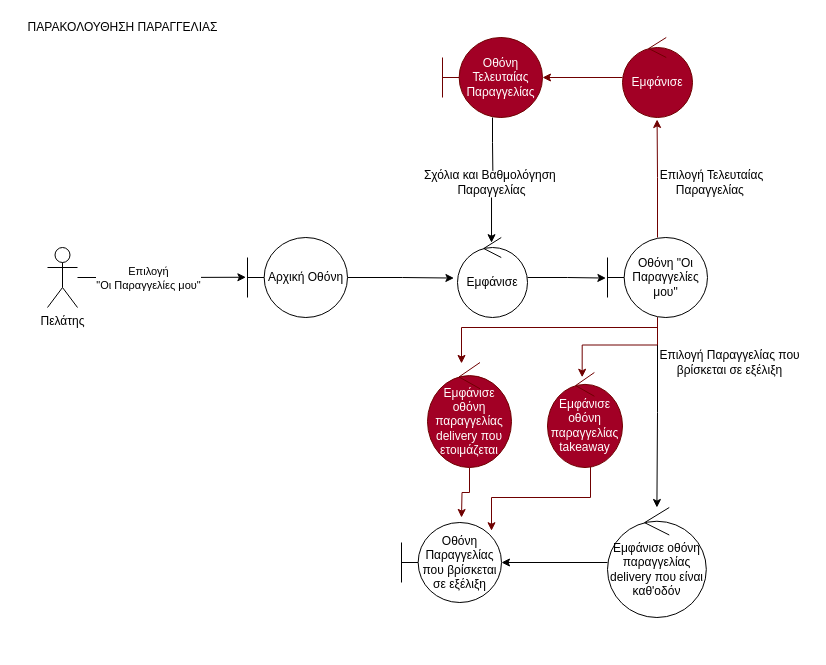
The draw.io diagram docs/contributions/AthanasiaZ/Writing-Charts/Phase3/Robustness Diagrams/Παρακολούθηση Αποστολής.drawio in iloudaros/nomnomr, before the edit. Source tidied: cells renumbered, new cells numbered last; positions are measured from the earlier drawing's top-left corner, leaving out a move shared by most shapes. Both pictures are drawn from the tidied source at 100%, with x=0, y=0 at pixel (17, 17).
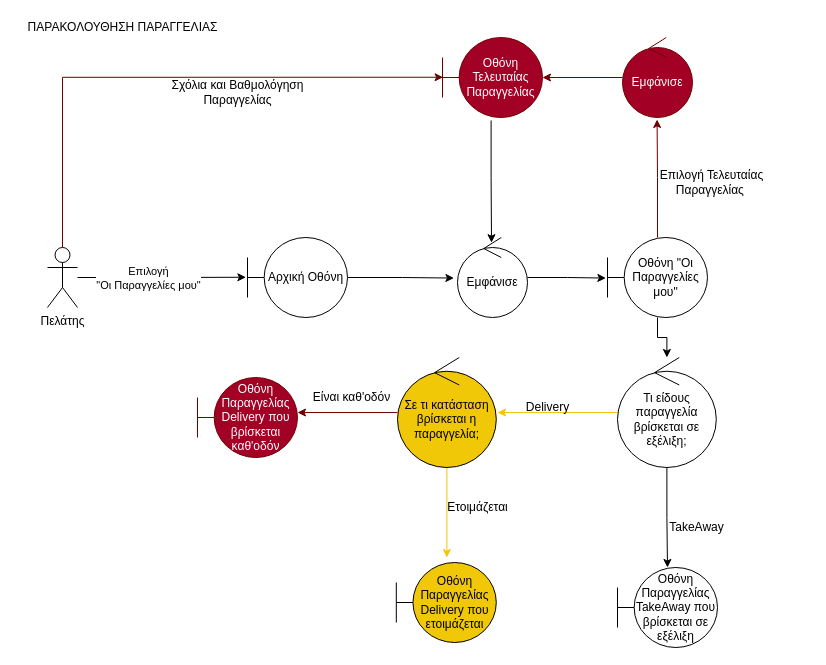
After the change.

The change refers to these unchanged cells:
```xml
<mxCell id="4" value="Πελάτης" style="shape=umlActor;verticalLabelPosition=bottom;verticalAlign=top;html=1;" parent="1" vertex="1">
  <mxGeometry x="30" y="230" width="30" height="60" as="geometry" />
</mxCell>
<mxCell id="8" value="Εμφάνισε" style="ellipse;shape=umlControl;whiteSpace=wrap;html=1;" parent="1" vertex="1">
  <mxGeometry x="440" y="220" width="70" height="80" as="geometry" />
</mxCell>
<mxCell id="13" value="Οθόνη &quot;Οι Παραγγελίες μου&quot;" style="shape=umlBoundary;whiteSpace=wrap;html=1;" parent="1" vertex="1">
  <mxGeometry x="590" y="220" width="100" height="80" as="geometry" />
</mxCell>
<mxCell id="19" value="Εμφάνισε" style="ellipse;shape=umlControl;whiteSpace=wrap;html=1;fillColor=#a20025;fontColor=#ffffff;strokeColor=#6F0000;" parent="1" vertex="1">
  <mxGeometry x="605" y="20" width="70" height="80" as="geometry" />
</mxCell>
<mxCell id="22" value="Οθόνη Τελευταίας Παραγγελίας" style="shape=umlBoundary;whiteSpace=wrap;html=1;fillColor=#a20025;fontColor=#ffffff;strokeColor=#6F0000;" parent="1" vertex="1">
  <mxGeometry x="425" y="20" width="100" height="80" as="geometry" />
</mxCell>
```

Change to the diagram source:
```diff
@@
+    <mxCell id="30" style="edgeStyle=orthogonalEdgeStyle;rounded=0;jettySize=auto;html=1;entryX=0.006;entryY=0.497;entryDx=0;entryDy=0;entryPerimeter=0;fontColor=#000000;endArrow=classic;endFill=1;strokeColor=#6F0000;fillColor=#a20025;exitX=0.5;exitY=0;exitDx=0;exitDy=0;exitPerimeter=0;" parent="1" edge="1" source="4" target="22">
+      <mxGeometry relative="1" as="geometry">
+        <Array as="points">
+          <mxPoint x="45" y="60" />
+        </Array>
+      </mxGeometry>
+    </mxCell>
@@
+    <mxCell id="10" style="edgeStyle=orthogonalEdgeStyle;rounded=0;jettySize=auto;html=1;entryX=0.494;entryY=1.025;entryDx=0;entryDy=0;entryPerimeter=0;fillColor=#a20025;strokeColor=#6F0000;" parent="1" edge="1" source="13" target="19">
+      <mxGeometry relative="1" as="geometry" />
+    </mxCell>
-    <mxCell id="9" style="edgeStyle=orthogonalEdgeStyle;rounded=0;jettySize=auto;html=1;" parent="1" edge="1" source="13" target="15">
+    <mxCell id="9" style="edgeStyle=orthogonalEdgeStyle;rounded=0;jettySize=auto;html=1;fontColor=#000000;endArrow=classic;endFill=1;" parent="1" edge="1" source="13" target="15">
       <mxGeometry relative="1" as="geometry" />
     </mxCell>
-    <mxCell id="10" style="edgeStyle=orthogonalEdgeStyle;rounded=0;jettySize=auto;html=1;entryX=0.494;entryY=1.025;entryDx=0;entryDy=0;entryPerimeter=0;fillColor=#a20025;strokeColor=#6F0000;" parent="1" edge="1" source="13" target="19">
-      <mxGeometry relative="1" as="geometry" />
-    </mxCell>
-    <mxCell id="11" style="edgeStyle=orthogonalEdgeStyle;rounded=0;jettySize=auto;html=1;entryX=0.462;entryY=0.05;entryDx=0;entryDy=0;entryPerimeter=0;fillColor=#a20025;strokeColor=#6F0000;" parent="1" edge="1" source="13" target="26">
-      <mxGeometry relative="1" as="geometry" />
-    </mxCell>
-    <mxCell id="12" style="edgeStyle=orthogonalEdgeStyle;rounded=0;jettySize=auto;html=1;fillColor=#a20025;strokeColor=#6F0000;" parent="1" edge="1" source="13" target="28">
-      <mxGeometry relative="1" as="geometry">
-        <Array as="points">
-          <mxPoint x="640" y="310" />
-          <mxPoint x="444" y="310" />
-        </Array>
-      </mxGeometry>
-    </mxCell>
@@
+    <mxCell id="31" style="edgeStyle=orthogonalEdgeStyle;rounded=0;jettySize=auto;html=1;fontColor=#000000;endArrow=classic;endFill=1;fillColor=#a20025;strokeColor=#F0C808;" parent="1" edge="1" source="15">
+      <mxGeometry relative="1" as="geometry">
+        <mxPoint x="480" y="395" as="targetPoint" />
+      </mxGeometry>
+    </mxCell>
-    <mxCell id="15" value="Εμφάνισε οθόνη παραγγελίας delivery που είναι καθ'οδόν" style="ellipse;shape=umlControl;whiteSpace=wrap;html=1;" parent="1" vertex="1">
-      <mxGeometry x="590" y="490" width="98.8" height="110" as="geometry" />
+    <mxCell id="15" value="Τι είδους παραγγελία βρίσκεται σε εξέλιξη;" style="ellipse;shape=umlControl;whiteSpace=wrap;html=1;" parent="1" vertex="1">
+      <mxGeometry x="600" y="340" width="98.8" height="110" as="geometry" />
     </mxCell>
-    <mxCell id="16" value="Επιλογή Παραγγελίας που &lt;br&gt;βρίσκεται σε εξέλιξη" style="text;html=1;align=center;verticalAlign=middle;strokeColor=none;fillColor=none;" parent="1" vertex="1">
-      <mxGeometry x="632" y="330" width="160" height="30" as="geometry" />
-    </mxCell>
-    <mxCell id="17" value="Οθόνη Παραγγελίας που βρίσκεται σε εξέλιξη" style="shape=umlBoundary;whiteSpace=wrap;html=1;" parent="1" vertex="1">
-      <mxGeometry x="384" y="505" width="100" height="80" as="geometry" />
+    <mxCell id="17" value="Οθόνη Παραγγελίας&lt;br&gt;TakeAway που βρίσκεται σε εξέλιξη" style="shape=umlBoundary;whiteSpace=wrap;html=1;" parent="1" vertex="1">
+      <mxGeometry x="600" y="550" width="100" height="80" as="geometry" />
     </mxCell>
@@
-    <mxCell id="21" style="edgeStyle=orthogonalEdgeStyle;rounded=0;jettySize=auto;html=1;entryX=0.486;entryY=0.065;entryDx=0;entryDy=0;entryPerimeter=0;startArrow=none;" parent="1" edge="1" source="23" target="8">
+    <mxCell id="21" style="edgeStyle=orthogonalEdgeStyle;rounded=0;jettySize=auto;html=1;entryX=0.486;entryY=0.065;entryDx=0;entryDy=0;entryPerimeter=0;startArrow=none;exitX=0.486;exitY=1.037;exitDx=0;exitDy=0;exitPerimeter=0;" parent="1" edge="1" source="22" target="8">
       <mxGeometry relative="1" as="geometry" />
     </mxCell>
@@
+    <mxCell id="29" value="ΠΑΡΑΚΟΛΟΥΘΗΣΗ ΠΑΡΑΓΓΕΛΙΑΣ" style="text;html=1;align=center;verticalAlign=middle;strokeColor=none;fillColor=none;" parent="1" vertex="1">
+      <mxGeometry width="210" height="20" as="geometry" />
+    </mxCell>
-    <mxCell id="23" value="Σχόλια και Βαθμολόγηση&amp;nbsp;&lt;br&gt;Παραγγελίας" style="text;html=1;align=center;verticalAlign=middle;points=[];strokeColor=none;fillColor=none;" parent="1" vertex="1">
-      <mxGeometry x="399" y="150" width="150" height="30" as="geometry" />
+    <mxCell id="23" value="Σχόλια και Βαθμολόγηση&lt;br&gt;Παραγγελίας" style="text;html=1;align=center;verticalAlign=middle;points=[];strokeColor=none;fillColor=none;fontColor=#000000;" parent="1" vertex="1">
+      <mxGeometry x="145" y="60" width="150" height="30" as="geometry" />
     </mxCell>
-    <mxCell id="24" style="edgeStyle=orthogonalEdgeStyle;rounded=0;jettySize=auto;html=1;entryX=0.509;entryY=0.115;entryDx=0;entryDy=0;entryPerimeter=0;endArrow=none;" parent="1" edge="1" source="22" target="23">
-      <mxGeometry relative="1" as="geometry" />
-    </mxCell>
-    <mxCell id="25" style="edgeStyle=orthogonalEdgeStyle;rounded=0;jettySize=auto;html=1;entryX=0.9;entryY=0.103;entryDx=0;entryDy=0;entryPerimeter=0;fillColor=#a20025;strokeColor=#6F0000;" parent="1" edge="1" source="26" target="17">
-      <mxGeometry relative="1" as="geometry">
-        <Array as="points">
-          <mxPoint x="573" y="480" />
-          <mxPoint x="474" y="480" />
-        </Array>
-      </mxGeometry>
-    </mxCell>
-    <mxCell id="26" value="Εμφάνισε οθόνη παραγγελίας takeaway" style="ellipse;shape=umlControl;whiteSpace=wrap;html=1;fillColor=#a20025;fontColor=#ffffff;strokeColor=#6F0000;" parent="1" vertex="1">
-      <mxGeometry x="530" y="355" width="75" height="95" as="geometry" />
-    </mxCell>
-    <mxCell id="27" style="edgeStyle=orthogonalEdgeStyle;rounded=0;jettySize=auto;html=1;fillColor=#a20025;strokeColor=#6F0000;" parent="1" edge="1" source="28">
-      <mxGeometry relative="1" as="geometry">
-        <mxPoint x="444" y="500" as="targetPoint" />
-      </mxGeometry>
-    </mxCell>
-    <mxCell id="28" value="Εμφάνισε οθόνη παραγγελίας delivery που ετοιμάζεται" style="ellipse;shape=umlControl;whiteSpace=wrap;html=1;fillColor=#a20025;fontColor=#ffffff;strokeColor=#6F0000;" parent="1" vertex="1">
-      <mxGeometry x="410" y="345" width="84" height="105" as="geometry" />
-    </mxCell>
-    <mxCell id="29" value="ΠΑΡΑΚΟΛΟΥΘΗΣΗ ΠΑΡΑΓΓΕΛΙΑΣ" style="text;html=1;align=center;verticalAlign=middle;strokeColor=none;fillColor=none;" parent="1" vertex="1">
-      <mxGeometry width="210" height="20" as="geometry" />
-    </mxCell>
+    <mxCell id="32" value="TakeAway" style="text;html=1;align=center;verticalAlign=middle;strokeColor=none;fillColor=none;fontColor=#000000;" parent="1" vertex="1">
+      <mxGeometry x="644" y="500" width="70" height="20" as="geometry" />
+    </mxCell>
+    <mxCell id="33" style="edgeStyle=orthogonalEdgeStyle;rounded=0;jettySize=auto;html=1;fontColor=#000000;endArrow=classic;endFill=1;strokeColor=#F0C808;" parent="1" edge="1" source="35">
+      <mxGeometry relative="1" as="geometry">
+        <mxPoint x="429.4" y="540" as="targetPoint" />
+      </mxGeometry>
+    </mxCell>
+    <mxCell id="34" style="edgeStyle=orthogonalEdgeStyle;rounded=0;jettySize=auto;html=1;entryX=1;entryY=0.438;entryDx=0;entryDy=0;entryPerimeter=0;fontColor=#000000;endArrow=classic;endFill=1;strokeColor=#6F0000;fillColor=#a20025;" parent="1" edge="1" source="35" target="39">
+      <mxGeometry relative="1" as="geometry" />
+    </mxCell>
+    <mxCell id="35" value="Σε τι κατάσταση βρίσκεται η παραγγελία;" style="ellipse;shape=umlControl;whiteSpace=wrap;html=1;fillColor=#F0C808;" parent="1" vertex="1">
+      <mxGeometry x="380" y="340" width="98.8" height="110" as="geometry" />
+    </mxCell>
+    <mxCell id="36" value="Delivery" style="text;html=1;align=center;verticalAlign=middle;strokeColor=none;fillColor=none;fontColor=#000000;" parent="1" vertex="1">
+      <mxGeometry x="500" y="380" width="60" height="20" as="geometry" />
+    </mxCell>
+    <mxCell id="37" value="Οθόνη Παραγγελίας&lt;br&gt;Delivery που ετοιμάζεται" style="shape=umlBoundary;whiteSpace=wrap;html=1;fillColor=#F0C808;" parent="1" vertex="1">
+      <mxGeometry x="378.8" y="545" width="100" height="80" as="geometry" />
+    </mxCell>
+    <mxCell id="38" value="Ετοιμάζεται" style="text;html=1;align=center;verticalAlign=middle;strokeColor=none;fillColor=none;fontColor=#000000;" parent="1" vertex="1">
+      <mxGeometry x="420" y="480" width="80" height="20" as="geometry" />
+    </mxCell>
+    <mxCell id="39" value="Οθόνη Παραγγελίας&lt;br&gt;Delivery που βρίσκεται καθ'οδόν" style="shape=umlBoundary;whiteSpace=wrap;html=1;fillColor=#a20025;fontColor=#ffffff;strokeColor=#6F0000;" parent="1" vertex="1">
+      <mxGeometry x="180" y="360" width="100" height="80" as="geometry" />
+    </mxCell>
+    <mxCell id="40" value="Είναι καθ'οδόν" style="text;html=1;align=center;verticalAlign=middle;strokeColor=none;fillColor=none;fontColor=#000000;" parent="1" vertex="1">
+      <mxGeometry x="288.8" y="370" width="90" height="20" as="geometry" />
+    </mxCell>
```
